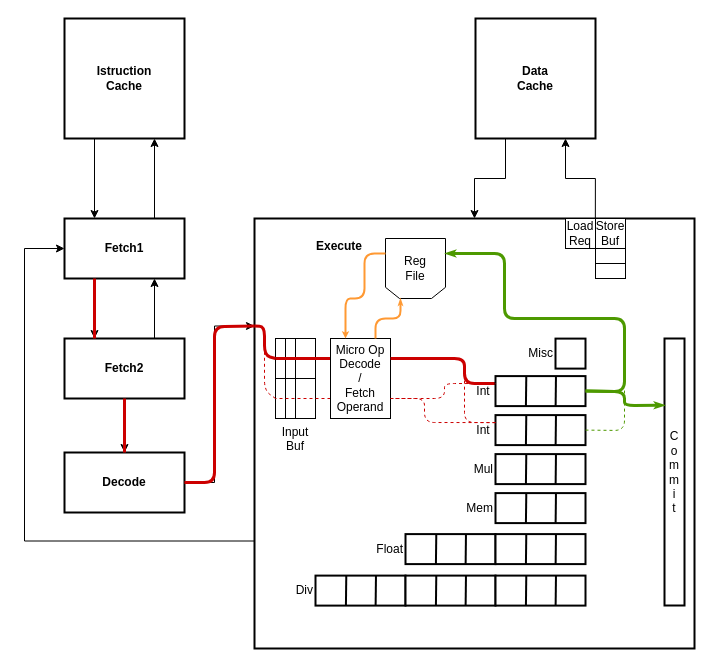
The draw.io diagram Diagrammi/MinorArmMulOp.drawio in The90Frank/MinorArmAnalyzer, before the edit. Source tidied: cells renumbered, new cells numbered last; positions are measured from the earlier drawing's top-left corner, leaving out a move shared by most shapes. Both pictures are drawn from the tidied source at 100%, with x=0, y=0 at pixel (24, 18).
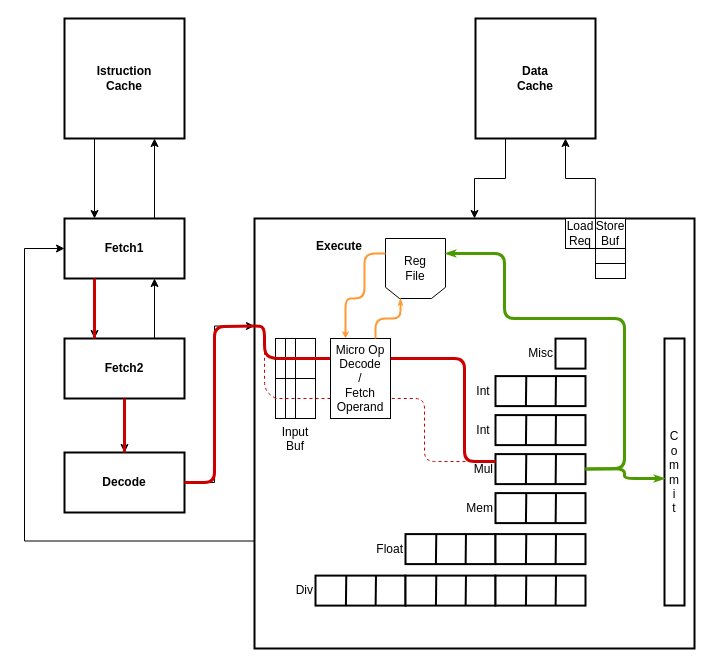
After the change.

Unchanged cells that the change refers to:
```xml
<mxCell id="17" value="Int&amp;nbsp;" style="rounded=0;whiteSpace=wrap;html=1;align=right;labelPosition=left;verticalLabelPosition=middle;verticalAlign=middle;strokeWidth=2;" parent="1" vertex="1">
  <mxGeometry x="471" y="396.6" width="90" height="30" as="geometry" />
</mxCell>
<mxCell id="20" value="Mul" style="rounded=0;whiteSpace=wrap;html=1;align=right;labelPosition=left;verticalLabelPosition=middle;verticalAlign=middle;strokeWidth=2;" parent="1" vertex="1">
  <mxGeometry x="471" y="435.6" width="90" height="30" as="geometry" />
</mxCell>
<mxCell id="50" style="shape=loopLimit;whiteSpace=wrap;html=1;align=left;rotation=180;size=14;" parent="1" vertex="1">
  <mxGeometry x="361" y="220" width="60" height="60" as="geometry" />
</mxCell>
<mxCell id="52" value="C&lt;br&gt;o&lt;br&gt;m&lt;br&gt;m&lt;br&gt;i&lt;br&gt;t" style="rounded=0;whiteSpace=wrap;html=1;align=center;strokeWidth=2;" parent="1" vertex="1">
  <mxGeometry x="640" y="320" width="20" height="267" as="geometry" />
</mxCell>
<mxCell id="60" value="Micro Op&lt;br&gt;Decode&lt;br&gt;/&lt;br&gt;Fetch&lt;br&gt;Operand" style="rounded=0;whiteSpace=wrap;html=1;" parent="1" vertex="1">
  <mxGeometry x="306" y="320" width="60" height="80" as="geometry" />
</mxCell>
<mxCell id="64" value="Int&amp;nbsp;" style="rounded=0;whiteSpace=wrap;html=1;align=right;labelPosition=left;verticalLabelPosition=middle;verticalAlign=middle;strokeWidth=2;" parent="1" vertex="1">
  <mxGeometry x="471" y="357.6" width="90" height="30" as="geometry" />
</mxCell>
```

The edit, as a diff of the source:
```diff
@@
-    <mxCell id="63" style="endArrow=none;html=1;strokeColor=#CC0000;strokeWidth=3;entryX=1;entryY=0.25;entryDx=0;entryDy=0;exitX=0;exitY=0.25;exitDx=0;exitDy=0;endSize=6;endFill=0;startArrow=none;startFill=0;startSize=1;" parent="1" edge="1" source="64" target="60">
+    <mxCell id="63" style="endArrow=none;html=1;strokeColor=#CC0000;strokeWidth=3;entryX=1;entryY=0.25;entryDx=0;entryDy=0;exitX=0;exitY=0.25;exitDx=0;exitDy=0;endSize=6;endFill=0;startArrow=none;startFill=0;startSize=1;" parent="1" edge="1" source="20" target="60">
       <mxGeometry relative="1" as="geometry">
         <Array as="points">
-          <mxPoint x="440" y="365" />
+          <mxPoint x="440" y="443" />
           <mxPoint x="440" y="340" />
         </Array>
       </mxGeometry>
     </mxCell>
@@
-    <mxCell id="67" style="endArrow=none;dashed=1;html=1;strokeColor=#CC0000;strokeWidth=1;entryX=1;entryY=0.75;entryDx=0;entryDy=0;exitX=0;exitY=0.25;exitDx=0;exitDy=0;" parent="1" edge="1" source="17" target="60">
+    <mxCell id="67" style="endArrow=none;dashed=1;html=1;strokeColor=#CC0000;strokeWidth=1;entryX=1;entryY=0.75;entryDx=0;entryDy=0;exitX=0;exitY=0.25;exitDx=0;exitDy=0;" parent="1" edge="1" source="20" target="60">
       <mxGeometry relative="1" as="geometry">
         <Array as="points">
-          <mxPoint x="400" y="404" />
+          <mxPoint x="400" y="443" />
           <mxPoint x="400" y="380" />
         </Array>
       </mxGeometry>
     </mxCell>
-    <mxCell id="68" style="endArrow=none;dashed=1;html=1;strokeColor=#CC0000;strokeWidth=1;entryX=0;entryY=0.25;entryDx=0;entryDy=0;exitX=1;exitY=0.75;exitDx=0;exitDy=0;" parent="1" edge="1" source="60" target="64">
-      <mxGeometry relative="1" as="geometry">
-        <Array as="points">
-          <mxPoint x="420" y="380" />
-          <mxPoint x="420" y="365" />
-        </Array>
-      </mxGeometry>
-    </mxCell>
-    <mxCell id="69" style="endArrow=none;dashed=1;html=1;strokeColor=#CC0000;strokeWidth=1;entryX=1;entryY=0.25;entryDx=0;entryDy=0;exitX=0;exitY=0.25;exitDx=0;exitDy=0;" parent="1" edge="1" source="17" target="60">
-      <mxGeometry relative="1" as="geometry">
-        <Array as="points">
-          <mxPoint x="440" y="404" />
-          <mxPoint x="440" y="340" />
-        </Array>
-      </mxGeometry>
-    </mxCell>
-    <mxCell id="70" style="endArrow=classicThin;html=1;strokeColor=#4D9900;strokeWidth=3;endSize=1;startSize=1;endFill=1;entryX=0;entryY=0.75;entryDx=0;entryDy=0;exitX=1;exitY=0.5;exitDx=0;exitDy=0;" parent="1" edge="1" source="64" target="50">
+    <mxCell id="70" style="endArrow=classicThin;html=1;strokeColor=#4D9900;strokeWidth=3;endSize=1;startSize=1;endFill=1;entryX=0;entryY=0.75;entryDx=0;entryDy=0;exitX=1;exitY=0.5;exitDx=0;exitDy=0;" parent="1" edge="1" source="20" target="50">
       <mxGeometry relative="1" as="geometry">
         <Array as="points">
-          <mxPoint x="600" y="373" />
+          <mxPoint x="600" y="450" />
           <mxPoint x="600" y="300" />
           <mxPoint x="480" y="300" />
           <mxPoint x="480" y="235" />
         </Array>
       </mxGeometry>
     </mxCell>
-    <mxCell id="71" style="endArrow=classicThin;html=1;strokeColor=#4D9900;strokeWidth=3;endFill=1;startSize=4;endSize=1;entryX=0;entryY=0.25;entryDx=0;entryDy=0;exitX=1;exitY=0.5;exitDx=0;exitDy=0;" parent="1" edge="1" source="64" target="52">
+    <mxCell id="71" style="endArrow=classicThin;html=1;strokeColor=#4D9900;strokeWidth=3;endFill=1;startSize=4;endSize=1;exitX=1;exitY=0.5;exitDx=0;exitDy=0;" parent="1" edge="1" source="20">
       <mxGeometry relative="1" as="geometry">
+        <mxPoint x="640" y="460" as="targetPoint" />
         <Array as="points">
-          <mxPoint x="600" y="373" />
-          <mxPoint x="600" y="387" />
+          <mxPoint x="600" y="450" />
+          <mxPoint x="600" y="460" />
         </Array>
       </mxGeometry>
     </mxCell>
-    <mxCell id="72" style="endArrow=none;dashed=1;html=1;strokeColor=#4D9900;strokeWidth=1;endFill=0;startSize=4;endSize=3;exitX=1;exitY=0.5;exitDx=0;exitDy=0;" parent="1" edge="1" source="17">
-      <mxGeometry relative="1" as="geometry">
-        <mxPoint x="600" y="370" as="targetPoint" />
-        <Array as="points">
-          <mxPoint x="600" y="412" />
-        </Array>
-      </mxGeometry>
-    </mxCell>
```
